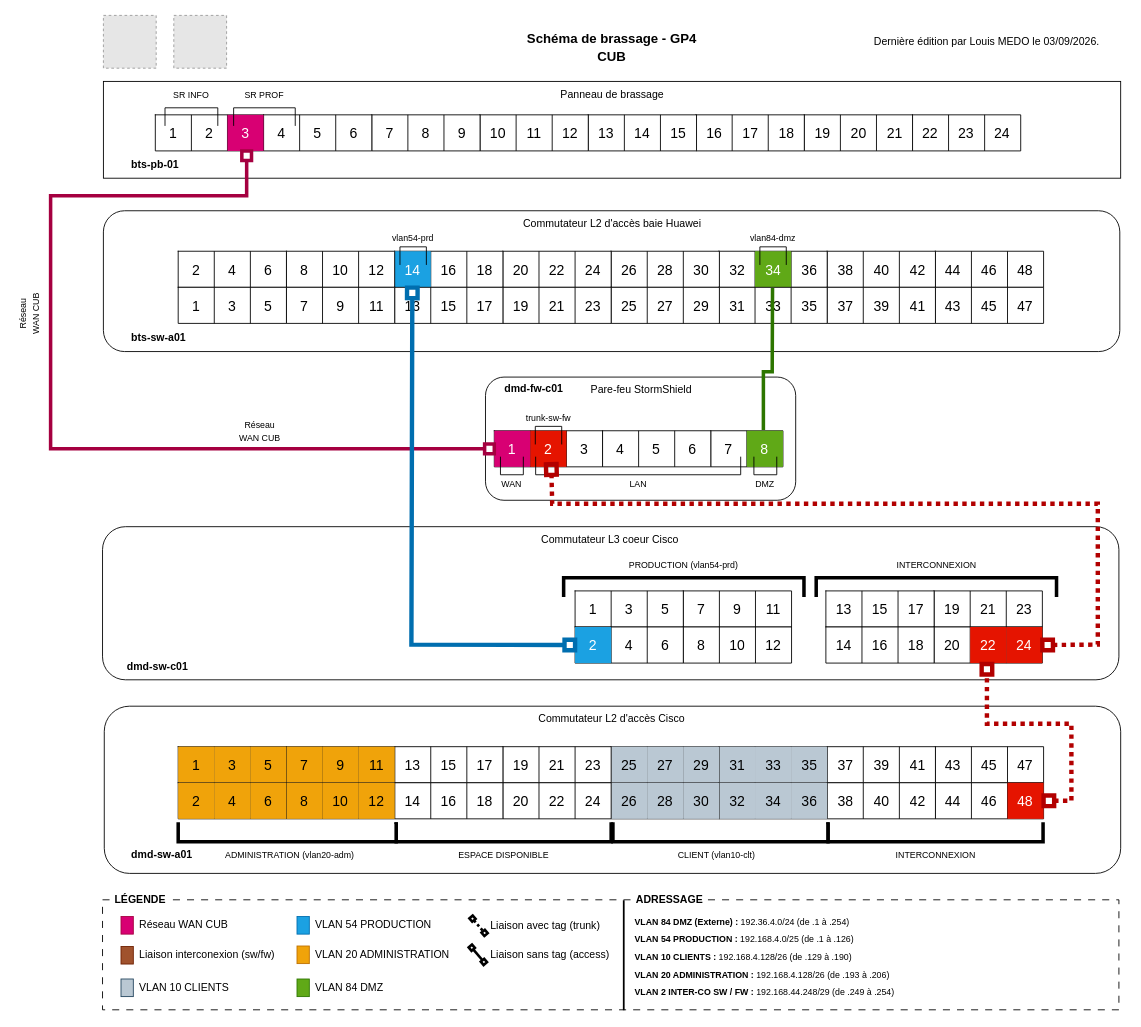
Before: docs/01-ressources/schemas/cub-schema-brassage-gp4.drawio in FireToak/cub-docs, a draw.io diagram. Source tidied: cells renumbered, new cells numbered last; positions are measured from the earlier drawing's top-left corner, leaving out a move shared by most shapes. Both pictures are drawn from the tidied source at 88%, with x=0, y=0 at pixel (2, 15). Pictures stored in the file or linked from it are replaced by grey dashed boxes.
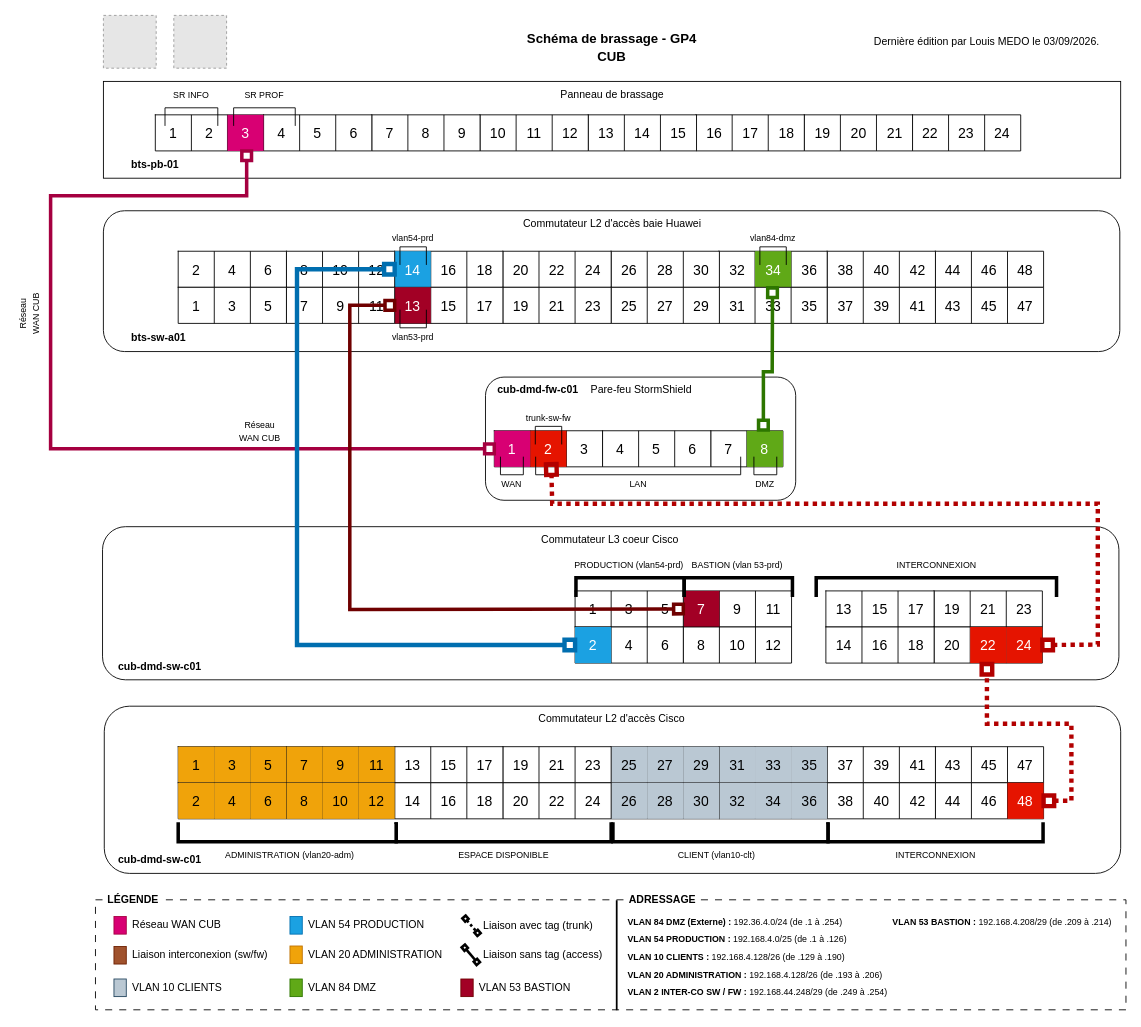
The same diagram, later.

Commit message (it also covers changes not shown here):
chore: ajout du vlan 53 bastion

Unchanged cells that the change refers to:
```xml
<mxCell id="22" style="shape=tableRow;horizontal=0;startSize=0;swimlaneHead=0;swimlaneBody=0;strokeColor=inherit;top=0;left=0;bottom=0;right=0;fillColor=none;points=[[0,0.5],[1,0.5]];portConstraint=eastwest;fontSize=16;" parent="21" vertex="1">
  <mxGeometry width="123" height="41" as="geometry" />
</mxCell>
<mxCell id="42" style="shape=tableRow;horizontal=0;startSize=0;swimlaneHead=0;swimlaneBody=0;strokeColor=inherit;top=0;left=0;bottom=0;right=0;fillColor=none;points=[[0,0.5],[1,0.5]];portConstraint=eastwest;fontSize=16;" parent="41" vertex="1">
  <mxGeometry width="123" height="41" as="geometry" />
</mxCell>
<mxCell id="94" style="shape=tableRow;horizontal=0;startSize=0;swimlaneHead=0;swimlaneBody=0;strokeColor=inherit;top=0;left=0;bottom=0;right=0;fillColor=none;points=[[0,0.5],[1,0.5]];portConstraint=eastwest;fontSize=16;" parent="93" vertex="1">
  <mxGeometry width="82" height="41" as="geometry" />
</mxCell>
<mxCell id="135" style="shape=tableRow;horizontal=0;startSize=0;swimlaneHead=0;swimlaneBody=0;strokeColor=inherit;top=0;left=0;bottom=0;right=0;fillColor=none;points=[[0,0.5],[1,0.5]];portConstraint=eastwest;fontSize=16;" parent="134" vertex="1">
  <mxGeometry width="123" height="41" as="geometry" />
</mxCell>
<mxCell id="140" style="shape=tableRow;horizontal=0;startSize=0;swimlaneHead=0;swimlaneBody=0;strokeColor=inherit;top=0;left=0;bottom=0;right=0;fillColor=none;points=[[0,0.5],[1,0.5]];portConstraint=eastwest;fontSize=16;" parent="139" vertex="1">
  <mxGeometry width="123" height="41" as="geometry" />
</mxCell>
<mxCell id="165" style="shape=tableRow;horizontal=0;startSize=0;swimlaneHead=0;swimlaneBody=0;strokeColor=inherit;top=0;left=0;bottom=0;right=0;fillColor=none;points=[[0,0.5],[1,0.5]];portConstraint=eastwest;fontSize=16;" parent="164" vertex="1">
  <mxGeometry width="123" height="41" as="geometry" />
</mxCell>
<mxCell id="190" style="shape=tableRow;horizontal=0;startSize=0;swimlaneHead=0;swimlaneBody=0;strokeColor=inherit;top=0;left=0;bottom=0;right=0;fillColor=none;points=[[0,0.5],[1,0.5]];portConstraint=eastwest;fontSize=16;" parent="189" vertex="1">
  <mxGeometry width="123" height="41" as="geometry" />
</mxCell>
```

The edit, as a diff of the source:
```diff
@@
     <mxCell id="2" style="rounded=0;whiteSpace=wrap;html=1;dashed=1;dashPattern=8 8;" parent="1" vertex="1">
-      <mxGeometry x="114" y="1005" width="1155" height="125" as="geometry" />
+      <mxGeometry x="106" y="1005" width="1171" height="125" as="geometry" />
     </mxCell>
@@
-    <mxCell id="136" value="13" style="shape=partialRectangle;html=1;whiteSpace=wrap;strokeColor=inherit;overflow=hidden;fillColor=none;top=0;left=0;bottom=0;right=0;fontSize=16;labelBackgroundColor=none;" parent="135" vertex="1">
+    <mxCell id="136" value="13" style="shape=partialRectangle;html=1;whiteSpace=wrap;strokeColor=#6F0000;overflow=hidden;fillColor=#a20025;top=0;left=0;bottom=0;right=0;fontSize=16;labelBackgroundColor=none;fontColor=#ffffff;" parent="135" vertex="1">
       <mxGeometry width="41" height="41" as="geometry" />
     </mxCell>
@@
-    <mxCell id="166" value="7" style="shape=partialRectangle;html=1;whiteSpace=wrap;strokeColor=inherit;overflow=hidden;fillColor=none;top=0;left=0;bottom=0;right=0;fontSize=16;labelBackgroundColor=none;" parent="165" vertex="1">
+    <mxCell id="166" value="7" style="shape=partialRectangle;html=1;whiteSpace=wrap;strokeColor=#6F0000;overflow=hidden;fillColor=#a20025;top=0;left=0;bottom=0;right=0;fontSize=16;labelBackgroundColor=none;fontColor=#ffffff;" parent="165" vertex="1">
       <mxGeometry width="41" height="41" as="geometry" />
     </mxCell>
@@
-    <mxCell id="282" value="dmd-sw-c01" style="text;html=1;align=left;verticalAlign=middle;fillColor=none;gradientColor=none;fontSize=12;fontStyle=1;" parent="1" vertex="1">
-      <mxGeometry x="140" y="725" width="90" height="30" as="geometry" />
+    <mxCell id="282" value="cub-dmd-sw-c01" style="text;html=1;align=left;verticalAlign=middle;fillColor=none;gradientColor=none;fontSize=12;fontStyle=1;" parent="1" vertex="1">
+      <mxGeometry x="130" y="725" width="110" height="30" as="geometry" />
     </mxCell>
-    <mxCell id="283" value="dmd-sw-a01" style="text;html=1;align=left;verticalAlign=middle;fillColor=none;gradientColor=none;fontSize=12;fontStyle=1;" parent="1" vertex="1">
-      <mxGeometry x="145" y="939" width="90" height="30" as="geometry" />
+    <mxCell id="283" value="cub-dmd-sw-c01" style="text;html=1;align=left;verticalAlign=middle;fillColor=none;gradientColor=none;fontSize=12;fontStyle=1;" parent="1" vertex="1">
+      <mxGeometry x="130" y="945" width="110" height="30" as="geometry" />
     </mxCell>
-    <mxCell id="284" value="dmd-fw-c01" style="text;html=1;align=left;verticalAlign=middle;fillColor=none;gradientColor=none;fontSize=12;fontStyle=1;" parent="1" vertex="1">
-      <mxGeometry x="569" y="410" width="90" height="30" as="geometry" />
+    <mxCell id="284" value="cub-dmd-fw-c01" style="text;html=1;align=left;verticalAlign=middle;fillColor=none;gradientColor=none;fontSize=12;fontStyle=1;" parent="1" vertex="1">
+      <mxGeometry x="561" y="411" width="110" height="30" as="geometry" />
     </mxCell>
@@
-    <mxCell id="288" style="endArrow=none;html=1;rounded=0;exitX=0.729;exitY=-0.024;exitDx=0;exitDy=0;exitPerimeter=0;strokeWidth=4;entryX=0.495;entryY=1.015;entryDx=0;entryDy=0;entryPerimeter=0;fillColor=#60a917;strokeColor=#2D7600;" parent="1" edge="1" source="94" target="22">
+    <mxCell id="288" style="endArrow=box;html=1;rounded=0;exitX=0.729;exitY=-0.024;exitDx=0;exitDy=0;exitPerimeter=0;strokeWidth=4;entryX=0.495;entryY=1.015;entryDx=0;entryDy=0;entryPerimeter=0;fillColor=#60a917;strokeColor=#2D7600;startArrow=box;startFill=0;endFill=0;" parent="1" edge="1" source="94" target="22">
       <mxGeometry relative="1" as="geometry">
         <Array as="points">
           <mxPoint x="865" y="405" />
           <mxPoint x="875" y="405" />
         </Array>
       </mxGeometry>
     </mxCell>
-    <mxCell id="289" style="endArrow=box;html=1;rounded=0;exitX=0;exitY=0.5;exitDx=0;exitDy=0;strokeWidth=5;startArrow=box;startFill=0;endFill=0;fillColor=#1ba1e2;strokeColor=#006EAF;entryX=0.163;entryY=0.008;entryDx=0;entryDy=0;entryPerimeter=0;" parent="1" edge="1" source="190" target="135">
+    <mxCell id="289" style="endArrow=box;html=1;rounded=0;exitX=0;exitY=0.5;exitDx=0;exitDy=0;strokeWidth=5;startArrow=box;startFill=0;endFill=0;fillColor=#1ba1e2;strokeColor=#006EAF;entryX=1;entryY=0.5;entryDx=0;entryDy=0;" parent="1" edge="1" source="190" target="42">
       <mxGeometry relative="1" as="geometry">
         <Array as="points">
-          <mxPoint x="465" y="715" />
+          <mxPoint x="335" y="715.5" />
+          <mxPoint x="335" y="515" />
+          <mxPoint x="335" y="288.5" />
         </Array>
       </mxGeometry>
     </mxCell>
@@
     <mxCell id="296" style="shape=partialRectangle;whiteSpace=wrap;html=1;bottom=1;right=1;left=1;top=0;fillColor=none;routingCenterX=-0.5;rotation=-180;strokeWidth=4;" parent="1" vertex="1">
-      <mxGeometry x="638" y="639" width="273.1" height="20" as="geometry" />
+      <mxGeometry x="652" y="639" width="123" height="20" as="geometry" />
     </mxCell>
     <mxCell id="297" value="&lt;span style=&quot;font-size: 10px;&quot;&gt;PRODUCTION (vlan54-prd)&lt;/span&gt;" style="text;html=1;whiteSpace=wrap;strokeColor=none;fillColor=none;align=center;verticalAlign=middle;rounded=0;rotation=0;" parent="1" vertex="1">
-      <mxGeometry x="708.9" y="614" width="131.2" height="20" as="geometry" />
+      <mxGeometry x="646.9" y="614" width="131.2" height="20" as="geometry" />
     </mxCell>
@@
     <mxCell id="308" value="&lt;b&gt;LÉGENDE&lt;/b&gt;" style="text;html=1;whiteSpace=wrap;strokeColor=none;fillColor=default;align=center;verticalAlign=middle;rounded=0;" parent="1" vertex="1">
-      <mxGeometry x="125" y="990" width="64" height="30" as="geometry" />
+      <mxGeometry x="117" y="990" width="64" height="30" as="geometry" />
     </mxCell>
     <mxCell id="309" style="rounded=0;whiteSpace=wrap;html=1;fillColor=#d80073;fontColor=#ffffff;strokeColor=#A50040;" parent="1" vertex="1">
-      <mxGeometry x="135" y="1024" width="14" height="20" as="geometry" />
+      <mxGeometry x="127" y="1024" width="14" height="20" as="geometry" />
     </mxCell>
     <mxCell id="310" value="Réseau WAN CUB" style="text;html=1;whiteSpace=wrap;strokeColor=none;fillColor=none;align=left;verticalAlign=middle;rounded=0;" parent="1" vertex="1">
-      <mxGeometry x="154" y="1024" width="149" height="20" as="geometry" />
+      <mxGeometry x="146" y="1024" width="149" height="20" as="geometry" />
     </mxCell>
     <mxCell id="311" style="rounded=0;whiteSpace=wrap;html=1;fillColor=#1ba1e2;fontColor=#ffffff;strokeColor=#006EAF;" parent="1" vertex="1">
-      <mxGeometry x="335" y="1024" width="14" height="20" as="geometry" />
+      <mxGeometry x="327" y="1024" width="14" height="20" as="geometry" />
     </mxCell>
     <mxCell id="312" value="VLAN 54 PRODUCTION" style="text;html=1;whiteSpace=wrap;strokeColor=none;fillColor=none;align=left;verticalAlign=middle;rounded=0;" parent="1" vertex="1">
-      <mxGeometry x="354" y="1024" width="149" height="20" as="geometry" />
+      <mxGeometry x="346" y="1024" width="149" height="20" as="geometry" />
     </mxCell>
     <mxCell id="313" style="rounded=0;whiteSpace=wrap;html=1;fillColor=#a0522d;fontColor=#ffffff;strokeColor=#6D1F00;" parent="1" vertex="1">
-      <mxGeometry x="135" y="1058" width="14" height="20" as="geometry" />
+      <mxGeometry x="127" y="1058" width="14" height="20" as="geometry" />
     </mxCell>
     <mxCell id="314" value="Liaison interconexion (sw/fw)" style="text;html=1;whiteSpace=wrap;strokeColor=none;fillColor=none;align=left;verticalAlign=middle;rounded=0;" parent="1" vertex="1">
-      <mxGeometry x="154" y="1058" width="164" height="20" as="geometry" />
+      <mxGeometry x="146" y="1058" width="164" height="20" as="geometry" />
     </mxCell>
     <mxCell id="315" style="rounded=0;whiteSpace=wrap;html=1;fillColor=#bac8d3;strokeColor=#23445d;" parent="1" vertex="1">
-      <mxGeometry x="135" y="1095" width="14" height="20" as="geometry" />
+      <mxGeometry x="127" y="1095" width="14" height="20" as="geometry" />
     </mxCell>
     <mxCell id="316" value="VLAN 10 CLIENTS" style="text;html=1;whiteSpace=wrap;strokeColor=none;fillColor=none;align=left;verticalAlign=middle;rounded=0;" parent="1" vertex="1">
-      <mxGeometry x="154" y="1095" width="149" height="20" as="geometry" />
+      <mxGeometry x="146" y="1095" width="149" height="20" as="geometry" />
     </mxCell>
     <mxCell id="317" style="rounded=0;whiteSpace=wrap;html=1;fillColor=#f0a30a;strokeColor=#BD7000;fontColor=#000000;" parent="1" vertex="1">
-      <mxGeometry x="335" y="1057.5" width="14" height="20" as="geometry" />
+      <mxGeometry x="327" y="1057.5" width="14" height="20" as="geometry" />
     </mxCell>
     <mxCell id="318" value="VLAN 20 ADMINISTRATION" style="text;html=1;whiteSpace=wrap;strokeColor=none;fillColor=none;align=left;verticalAlign=middle;rounded=0;" parent="1" vertex="1">
-      <mxGeometry x="354" y="1057.5" width="164" height="20" as="geometry" />
+      <mxGeometry x="346" y="1057.5" width="164" height="20" as="geometry" />
     </mxCell>
     <mxCell id="319" style="endArrow=box;html=1;rounded=0;startArrow=box;startFill=0;endFill=0;strokeWidth=3;startSize=1;endSize=1;" parent="1" edge="1">
       <mxGeometry relative="1" as="geometry">
-        <mxPoint x="532" y="1057.5" as="sourcePoint" />
-        <mxPoint x="549" y="1077.5" as="targetPoint" />
+        <mxPoint x="524" y="1057.5" as="sourcePoint" />
+        <mxPoint x="541" y="1077.5" as="targetPoint" />
       </mxGeometry>
     </mxCell>
     <mxCell id="320" value="Liaison sans tag (access)&amp;nbsp;" style="text;html=1;whiteSpace=wrap;strokeColor=none;fillColor=none;align=left;verticalAlign=middle;rounded=0;" parent="1" vertex="1">
-      <mxGeometry x="552.5" y="1057.5" width="149" height="20" as="geometry" />
+      <mxGeometry x="544.5" y="1057.5" width="149" height="20" as="geometry" />
     </mxCell>
     <mxCell id="321" style="endArrow=box;html=1;rounded=0;startArrow=box;startFill=0;endFill=0;strokeWidth=3;startSize=1;endSize=1;dashed=1;dashPattern=1 1;" parent="1" edge="1">
       <mxGeometry relative="1" as="geometry">
-        <mxPoint x="532.8" y="1024.5" as="sourcePoint" />
-        <mxPoint x="549.8" y="1044.5" as="targetPoint" />
+        <mxPoint x="524.8" y="1024.5" as="sourcePoint" />
+        <mxPoint x="541.8" y="1044.5" as="targetPoint" />
       </mxGeometry>
     </mxCell>
     <mxCell id="322" value="Liaison avec tag (trunk)&amp;nbsp;" style="text;html=1;whiteSpace=wrap;strokeColor=none;fillColor=none;align=left;verticalAlign=middle;rounded=0;" parent="1" vertex="1">
-      <mxGeometry x="553.3" y="1024.5" width="149" height="20" as="geometry" />
+      <mxGeometry x="545.3" y="1024.5" width="149" height="20" as="geometry" />
     </mxCell>
     <mxCell id="323" style="endArrow=none;html=1;rounded=0;exitX=0.5;exitY=1;exitDx=0;exitDy=0;entryX=0.5;entryY=0;entryDx=0;entryDy=0;strokeWidth=2;" parent="1" edge="1">
       <mxGeometry relative="1" as="geometry">
-        <mxPoint x="706.3" y="1130.5" as="sourcePoint" />
-        <mxPoint x="706.3" y="1005.5" as="targetPoint" />
+        <mxPoint x="698.3" y="1130.5" as="sourcePoint" />
+        <mxPoint x="698.3" y="1005.5" as="targetPoint" />
       </mxGeometry>
     </mxCell>
     <mxCell id="324" value="&lt;b&gt;ADRESSAGE&lt;/b&gt;" style="text;html=1;whiteSpace=wrap;strokeColor=none;fillColor=default;align=center;verticalAlign=middle;rounded=0;" parent="1" vertex="1">
-      <mxGeometry x="716.5" y="990" width="82.5" height="30" as="geometry" />
+      <mxGeometry x="708.5" y="990" width="82.5" height="30" as="geometry" />
     </mxCell>
     <mxCell id="325" value="&lt;b&gt;&lt;font style=&quot;font-size: 10px;&quot;&gt;VLAN 84 DMZ (Externe) :&amp;nbsp;&lt;/font&gt;&lt;/b&gt;&lt;span style=&quot;font-size: 10px;&quot;&gt;192.36.4.0/24 (de .1 à .254)&lt;/span&gt;" style="text;html=1;whiteSpace=wrap;strokeColor=none;fillColor=none;align=left;verticalAlign=middle;rounded=0;" parent="1" vertex="1">
-      <mxGeometry x="717.3" y="1020" width="273.1" height="20" as="geometry" />
+      <mxGeometry x="709.3" y="1020" width="273.1" height="20" as="geometry" />
     </mxCell>
     <mxCell id="326" value="&lt;b&gt;&lt;font style=&quot;font-size: 10px;&quot;&gt;VLAN 54 PRODUCTION :&amp;nbsp;&lt;/font&gt;&lt;/b&gt;&lt;span style=&quot;font-size: 10px;&quot;&gt;192.168.4.0/25 (de .1 à .126)&lt;/span&gt;" style="text;html=1;whiteSpace=wrap;strokeColor=none;fillColor=none;align=left;verticalAlign=middle;rounded=0;" parent="1" vertex="1">
-      <mxGeometry x="717.3" y="1040" width="273.1" height="20" as="geometry" />
+      <mxGeometry x="709.3" y="1040" width="273.1" height="20" as="geometry" />
     </mxCell>
     <mxCell id="327" value="&lt;b&gt;&lt;font style=&quot;font-size: 10px;&quot;&gt;VLAN 10 CLIENTS :&amp;nbsp;&lt;/font&gt;&lt;/b&gt;&lt;span style=&quot;font-size: 10px;&quot;&gt;192.168.4.128/26 (de .129 à .190)&lt;/span&gt;" style="text;html=1;whiteSpace=wrap;strokeColor=none;fillColor=none;align=left;verticalAlign=middle;rounded=0;" parent="1" vertex="1">
-      <mxGeometry x="716.5" y="1060" width="273.1" height="20" as="geometry" />
+      <mxGeometry x="708.5" y="1060" width="273.1" height="20" as="geometry" />
     </mxCell>
     <mxCell id="328" value="&lt;b&gt;&lt;font style=&quot;font-size: 10px;&quot;&gt;VLAN 20 ADMINISTRATION :&amp;nbsp;&lt;/font&gt;&lt;/b&gt;&lt;span style=&quot;font-size: 10px;&quot;&gt;192.168.4.128/26 (de .193 à .206)&lt;/span&gt;" style="text;html=1;whiteSpace=wrap;strokeColor=none;fillColor=none;align=left;verticalAlign=middle;rounded=0;" parent="1" vertex="1">
-      <mxGeometry x="717.3" y="1080" width="300.7" height="20" as="geometry" />
+      <mxGeometry x="709.3" y="1080" width="300.7" height="20" as="geometry" />
     </mxCell>
     <mxCell id="329" value="&lt;b&gt;&lt;font style=&quot;font-size: 10px;&quot;&gt;VLAN 2 INTER-CO SW / FW :&amp;nbsp;&lt;/font&gt;&lt;/b&gt;&lt;span style=&quot;font-size: 10px;&quot;&gt;192.168.44.248/29 (de .249 à .254)&lt;/span&gt;" style="text;html=1;whiteSpace=wrap;strokeColor=none;fillColor=none;align=left;verticalAlign=middle;rounded=0;" parent="1" vertex="1">
-      <mxGeometry x="716.5" y="1100" width="300.7" height="20" as="geometry" />
+      <mxGeometry x="708.5" y="1100" width="300.7" height="20" as="geometry" />
     </mxCell>
     <mxCell id="330" style="rounded=0;whiteSpace=wrap;html=1;fillColor=#60a917;strokeColor=#2D7600;fontColor=#ffffff;" parent="1" vertex="1">
-      <mxGeometry x="335" y="1095" width="14" height="20" as="geometry" />
+      <mxGeometry x="327" y="1095" width="14" height="20" as="geometry" />
     </mxCell>
     <mxCell id="331" value="VLAN 84 DMZ" style="text;html=1;whiteSpace=wrap;strokeColor=none;fillColor=none;align=left;verticalAlign=middle;rounded=0;" parent="1" vertex="1">
-      <mxGeometry x="354" y="1095" width="164" height="20" as="geometry" />
+      <mxGeometry x="346" y="1095" width="164" height="20" as="geometry" />
     </mxCell>
@@
+    <mxCell id="335" style="endArrow=box;html=1;rounded=0;strokeWidth=4;startArrow=box;startFill=0;endFill=0;fillColor=#a20025;strokeColor=#6F0000;entryX=1;entryY=0.5;entryDx=0;entryDy=0;" parent="1" edge="1" source="165" target="140">
+      <mxGeometry relative="1" as="geometry">
+        <Array as="points">
+          <mxPoint x="395" y="675" />
+          <mxPoint x="395" y="329.5" />
+        </Array>
+      </mxGeometry>
+    </mxCell>
+    <mxCell id="336" style="shape=partialRectangle;whiteSpace=wrap;html=1;bottom=1;right=1;left=1;top=0;fillColor=none;routingCenterX=-0.5;rotation=-180;strokeWidth=4;" parent="1" vertex="1">
+      <mxGeometry x="775" y="639" width="123" height="20" as="geometry" />
+    </mxCell>
+    <mxCell id="337" value="&lt;span style=&quot;font-size: 10px;&quot;&gt;BASTION (vlan 53-prd)&lt;/span&gt;" style="text;html=1;whiteSpace=wrap;strokeColor=none;fillColor=none;align=center;verticalAlign=middle;rounded=0;rotation=0;" parent="1" vertex="1">
+      <mxGeometry x="769.9" y="614" width="131.2" height="20" as="geometry" />
+    </mxCell>
+    <mxCell id="338" style="rounded=0;whiteSpace=wrap;html=1;fillColor=#a20025;strokeColor=#6F0000;fontColor=#ffffff;" parent="1" vertex="1">
+      <mxGeometry x="521.2" y="1095" width="14" height="20" as="geometry" />
+    </mxCell>
+    <mxCell id="339" value="VLAN 53 BASTION" style="text;html=1;whiteSpace=wrap;strokeColor=none;fillColor=none;align=left;verticalAlign=middle;rounded=0;" parent="1" vertex="1">
+      <mxGeometry x="540.2" y="1095" width="164" height="20" as="geometry" />
+    </mxCell>
+    <mxCell id="340" value="&lt;b&gt;&lt;font style=&quot;font-size: 10px;&quot;&gt;VLAN 53 BASTION :&amp;nbsp;&lt;/font&gt;&lt;/b&gt;&lt;span style=&quot;font-size: 10px;&quot;&gt;192.168.4.208/29 (de .209 à .214)&lt;/span&gt;" style="text;html=1;whiteSpace=wrap;strokeColor=none;fillColor=none;align=left;verticalAlign=middle;rounded=0;" parent="1" vertex="1">
+      <mxGeometry x="1010" y="1020" width="267" height="20" as="geometry" />
+    </mxCell>
+    <mxCell id="341" style="shape=partialRectangle;whiteSpace=wrap;html=1;bottom=1;right=1;left=1;top=0;fillColor=none;routingCenterX=-0.5;rotation=0;" parent="1" vertex="1">
+      <mxGeometry x="452" y="335" width="30" height="20" as="geometry" />
+    </mxCell>
+    <mxCell id="342" value="&lt;span style=&quot;font-size: 10px;&quot;&gt;vlan53-prd&lt;/span&gt;" style="text;html=1;whiteSpace=wrap;strokeColor=none;fillColor=none;align=center;verticalAlign=middle;rounded=0;" parent="1" vertex="1">
+      <mxGeometry x="437" y="355" width="60" height="20" as="geometry" />
+    </mxCell>
```
